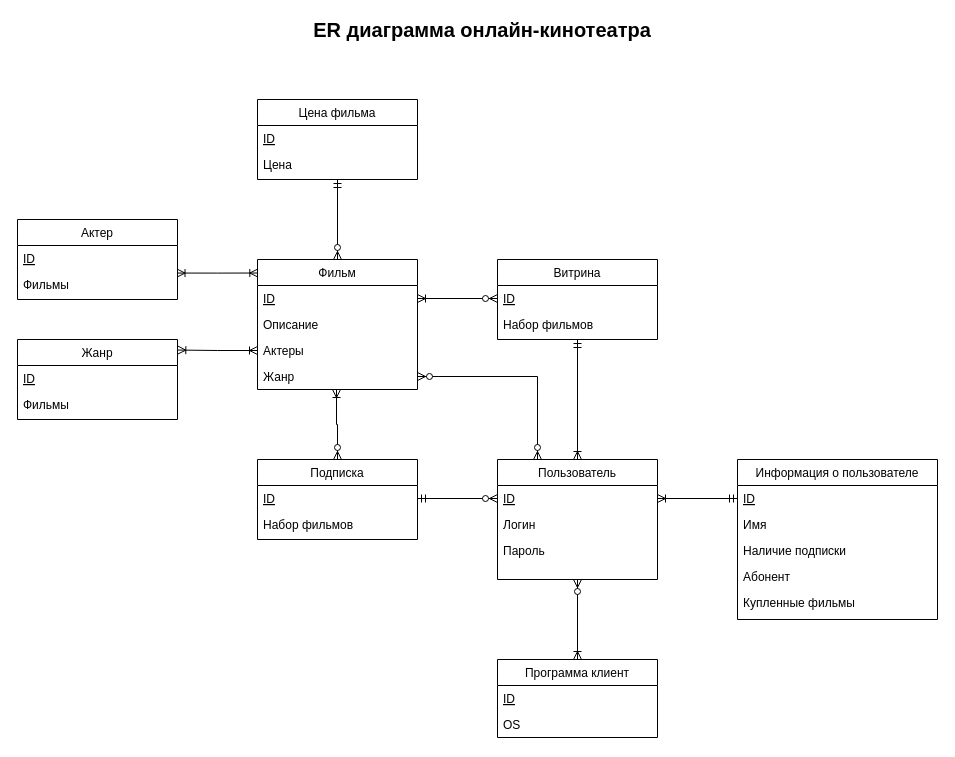
Above: Диаграмма классов онлайн-кинотеатра.drawio in AleksTikhonov/ANSYS_Workbench (draw.io), before the change. Source tidied: cells renumbered, new cells numbered last; positions are measured from the earlier drawing's top-left corner, leaving out a move shared by most shapes. Both pictures are drawn from the tidied source at 100%, with x=0, y=0 at pixel (17, 19).
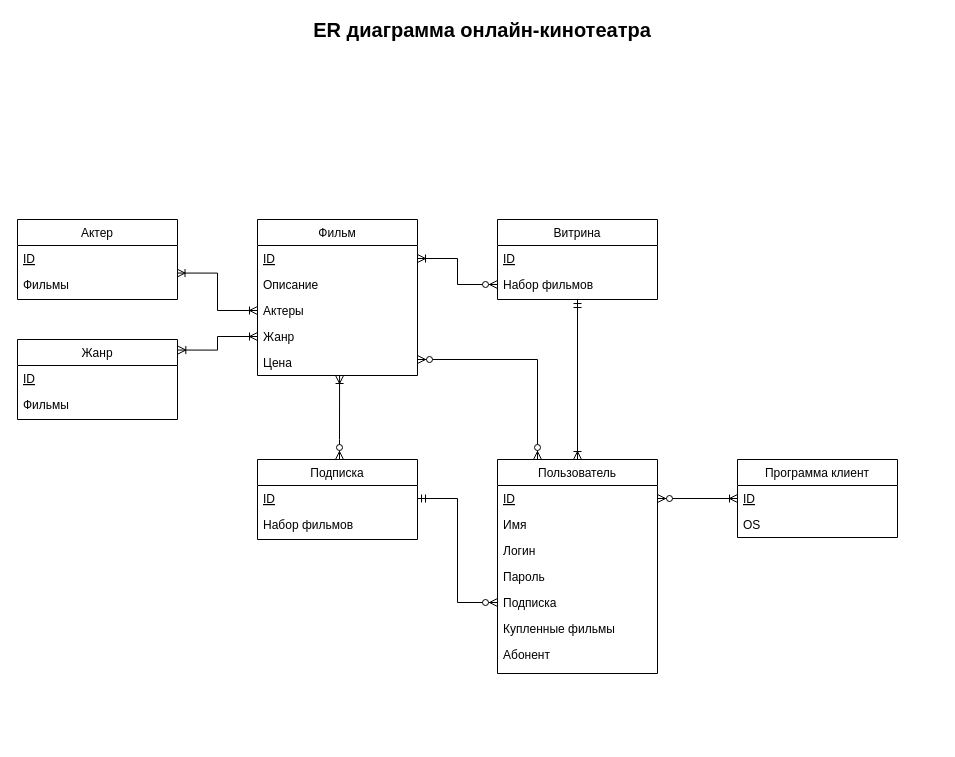
The same diagram, later.

Unchanged cells that the change refers to:
```xml
<mxCell id="5" value="ID" style="text;align=left;verticalAlign=top;spacingLeft=4;spacingRight=4;overflow=hidden;points=[[0,0.5],[1,0.5]];portConstraint=eastwest;fontStyle=4;" parent="4" vertex="1">
  <mxGeometry y="26" width="160" height="26" as="geometry" />
</mxCell>
<mxCell id="9" value="ID" style="text;align=left;verticalAlign=top;spacingLeft=4;spacingRight=4;overflow=hidden;points=[[0,0.5],[1,0.5]];portConstraint=eastwest;fontStyle=4;" parent="8" vertex="1">
  <mxGeometry y="26" width="160" height="26" as="geometry" />
</mxCell>
<mxCell id="11" value="Актеры" style="text;align=left;verticalAlign=top;spacingLeft=4;spacingRight=4;overflow=hidden;points=[[0,0.5],[1,0.5]];portConstraint=eastwest;rounded=0;shadow=0;html=0;" parent="8" vertex="1">
  <mxGeometry y="78" width="160" height="26" as="geometry" />
</mxCell>
<mxCell id="12" value="Жанр" style="text;align=left;verticalAlign=top;spacingLeft=4;spacingRight=4;overflow=hidden;points=[[0,0.5],[1,0.5]];portConstraint=eastwest;rounded=0;shadow=0;html=0;" parent="8" vertex="1">
  <mxGeometry y="104" width="160" height="26" as="geometry" />
</mxCell>
<mxCell id="14" value="ID" style="text;align=left;verticalAlign=top;spacingLeft=4;spacingRight=4;overflow=hidden;points=[[0,0.5],[1,0.5]];portConstraint=eastwest;fontStyle=4;" parent="13" vertex="1">
  <mxGeometry y="26" width="160" height="26" as="geometry" />
</mxCell>
<mxCell id="24" value="Подписка" style="swimlane;fontStyle=0;align=center;verticalAlign=top;horizontal=1;startSize=26;rounded=0;shadow=0;strokeWidth=1;" parent="1" vertex="1">
  <mxGeometry x="240" y="440" width="160" height="80" as="geometry" />
</mxCell>
<mxCell id="25" value="ID" style="text;align=left;verticalAlign=top;spacingLeft=4;spacingRight=4;overflow=hidden;points=[[0,0.5],[1,0.5]];portConstraint=eastwest;fontStyle=4;" parent="24" vertex="1">
  <mxGeometry y="26" width="160" height="26" as="geometry" />
</mxCell>
<mxCell id="31" value="ID" style="text;align=left;verticalAlign=top;spacingLeft=4;spacingRight=4;overflow=hidden;points=[[0,0.5],[1,0.5]];portConstraint=eastwest;fontStyle=4;" parent="30" vertex="1">
  <mxGeometry y="26" width="160" height="26" as="geometry" />
</mxCell>
<mxCell id="32" value="Набор фильмов" style="text;align=left;verticalAlign=top;spacingLeft=4;spacingRight=4;overflow=hidden;points=[[0,0.5],[1,0.5]];portConstraint=eastwest;rounded=0;shadow=0;html=0;" parent="30" vertex="1">
  <mxGeometry y="52" width="160" height="26" as="geometry" />
</mxCell>
<mxCell id="37" value="ID" style="text;align=left;verticalAlign=top;spacingLeft=4;spacingRight=4;overflow=hidden;points=[[0,0.5],[1,0.5]];portConstraint=eastwest;fontStyle=4;" parent="36" vertex="1">
  <mxGeometry y="26" width="160" height="26" as="geometry" />
</mxCell>
<mxCell id="41" value="Жанр" style="swimlane;fontStyle=0;align=center;verticalAlign=top;horizontal=1;startSize=26;rounded=0;shadow=0;strokeWidth=1;" parent="1" vertex="1">
  <mxGeometry y="320" width="160" height="80" as="geometry" />
</mxCell>
```

What changed in the source:
```diff
@@
-    <mxCell id="3" style="edgeStyle=orthogonalEdgeStyle;rounded=0;jettySize=auto;html=1;exitX=0.5;exitY=1;exitDx=0;exitDy=0;entryX=0.5;entryY=0;entryDx=0;entryDy=0;startArrow=ERzeroToMany;startFill=1;endArrow=ERoneToMany;endFill=0;" parent="1" edge="1" source="4" target="13">
+    <mxCell id="3" style="edgeStyle=orthogonalEdgeStyle;rounded=0;jettySize=auto;html=1;exitX=1;exitY=0.5;exitDx=0;exitDy=0;entryX=0;entryY=0.5;entryDx=0;entryDy=0;startArrow=ERzeroToMany;startFill=1;endArrow=ERoneToMany;endFill=0;" parent="1" edge="1" source="5" target="14">
       <mxGeometry relative="1" as="geometry" />
     </mxCell>
     <mxCell id="4" value="Пользователь" style="swimlane;fontStyle=0;align=center;verticalAlign=top;horizontal=1;startSize=26;rounded=0;shadow=0;strokeWidth=1;" parent="1" vertex="1">
-      <mxGeometry x="480" y="440" width="160" height="120" as="geometry" />
+      <mxGeometry x="480" y="440" width="160" height="214" as="geometry" />
     </mxCell>
@@
+    <mxCell id="19" value="Имя" style="text;align=left;verticalAlign=top;spacingLeft=4;spacingRight=4;overflow=hidden;rounded=0;shadow=0;html=0;" parent="4" vertex="1">
+      <mxGeometry y="52" width="160" height="26" as="geometry" />
+    </mxCell>
     <mxCell id="6" value="Логин" style="text;align=left;verticalAlign=top;spacingLeft=4;spacingRight=4;overflow=hidden;rounded=0;shadow=0;html=0;" parent="4" vertex="1">
-      <mxGeometry y="52" width="160" height="26" as="geometry" />
+      <mxGeometry y="78" width="160" height="26" as="geometry" />
     </mxCell>
     <mxCell id="7" value="Пароль" style="text;align=left;verticalAlign=top;spacingLeft=4;spacingRight=4;overflow=hidden;rounded=0;shadow=0;html=0;" parent="4" vertex="1">
-      <mxGeometry y="78" width="160" height="32" as="geometry" />
+      <mxGeometry y="104" width="160" height="26" as="geometry" />
     </mxCell>
+    <mxCell id="20" value="Подписка" style="text;align=left;verticalAlign=top;spacingLeft=4;spacingRight=4;overflow=hidden;points=[[0,0.5],[1,0.5]];portConstraint=eastwest;rounded=0;shadow=0;html=0;" parent="4" vertex="1">
+      <mxGeometry y="130" width="160" height="26" as="geometry" />
+    </mxCell>
+    <mxCell id="22" value="Купленные фильмы" style="text;align=left;verticalAlign=top;spacingLeft=4;spacingRight=4;overflow=hidden;rounded=0;shadow=0;html=0;" parent="4" vertex="1">
+      <mxGeometry y="156" width="160" height="26" as="geometry" />
+    </mxCell>
+    <mxCell id="21" value="Абонент" style="text;align=left;verticalAlign=top;spacingLeft=4;spacingRight=4;overflow=hidden;rounded=0;shadow=0;html=0;" parent="4" vertex="1">
+      <mxGeometry y="182" width="160" height="26" as="geometry" />
+    </mxCell>
     <mxCell id="8" value="Фильм" style="swimlane;fontStyle=0;align=center;verticalAlign=top;horizontal=1;startSize=26;rounded=0;shadow=0;strokeWidth=1;" parent="1" vertex="1">
-      <mxGeometry x="240" y="240" width="160" height="130" as="geometry" />
+      <mxGeometry x="240" y="200" width="160" height="156" as="geometry" />
     </mxCell>
@@
+    <mxCell id="29" value="Цена" style="text;align=left;verticalAlign=top;spacingLeft=4;spacingRight=4;overflow=hidden;points=[[0,0.5],[1,0.5]];portConstraint=eastwest;rounded=0;shadow=0;html=0;" parent="8" vertex="1">
+      <mxGeometry y="130" width="160" height="26" as="geometry" />
+    </mxCell>
     <mxCell id="13" value="Программа клиент" style="swimlane;fontStyle=0;align=center;verticalAlign=top;horizontal=1;startSize=26;rounded=0;shadow=0;strokeWidth=1;" parent="1" vertex="1">
-      <mxGeometry x="480" y="640" width="160" height="78" as="geometry" />
+      <mxGeometry x="720" y="440" width="160" height="78" as="geometry" />
     </mxCell>
@@
-    <mxCell id="16" style="edgeStyle=orthogonalEdgeStyle;rounded=0;jettySize=auto;html=1;entryX=1;entryY=0.5;entryDx=0;entryDy=0;startArrow=ERzeroToMany;startFill=1;endArrow=ERzeroToMany;endFill=1;exitX=0.25;exitY=0;exitDx=0;exitDy=0;" parent="1" edge="1" source="4" target="12">
-      <mxGeometry relative="1" as="geometry" />
+    <mxCell id="16" style="edgeStyle=orthogonalEdgeStyle;rounded=0;jettySize=auto;html=1;startArrow=ERzeroToMany;startFill=1;endArrow=ERzeroToMany;endFill=1;exitX=0.25;exitY=0;exitDx=0;exitDy=0;" parent="1" edge="1" source="4">
+      <mxGeometry relative="1" as="geometry">
+        <mxPoint x="400" y="340" as="targetPoint" />
+        <Array as="points">
+          <mxPoint x="520" y="340" />
+          <mxPoint x="400" y="340" />
+        </Array>
+      </mxGeometry>
     </mxCell>
-    <mxCell id="17" value="Информация о пользователе" style="swimlane;fontStyle=0;align=center;verticalAlign=top;horizontal=1;startSize=26;rounded=0;shadow=0;strokeWidth=1;" parent="1" vertex="1">
-      <mxGeometry x="720" y="440" width="200" height="160" as="geometry" />
-    </mxCell>
-    <mxCell id="18" value="ID" style="text;align=left;verticalAlign=top;spacingLeft=4;spacingRight=4;overflow=hidden;points=[[0,0.5],[1,0.5]];portConstraint=eastwest;fontStyle=4;" parent="17" vertex="1">
-      <mxGeometry y="26" width="200" height="26" as="geometry" />
-    </mxCell>
-    <mxCell id="19" value="Имя" style="text;align=left;verticalAlign=top;spacingLeft=4;spacingRight=4;overflow=hidden;rounded=0;shadow=0;html=0;" parent="17" vertex="1">
-      <mxGeometry y="52" width="200" height="26" as="geometry" />
-    </mxCell>
-    <mxCell id="20" value="Наличие подписки" style="text;align=left;verticalAlign=top;spacingLeft=4;spacingRight=4;overflow=hidden;points=[[0,0.5],[1,0.5]];portConstraint=eastwest;rounded=0;shadow=0;html=0;" parent="17" vertex="1">
-      <mxGeometry y="78" width="200" height="26" as="geometry" />
-    </mxCell>
-    <mxCell id="21" value="Абонент" style="text;align=left;verticalAlign=top;spacingLeft=4;spacingRight=4;overflow=hidden;rounded=0;shadow=0;html=0;" parent="17" vertex="1">
-      <mxGeometry y="104" width="200" height="26" as="geometry" />
-    </mxCell>
-    <mxCell id="22" value="Купленные фильмы" style="text;align=left;verticalAlign=top;spacingLeft=4;spacingRight=4;overflow=hidden;rounded=0;shadow=0;html=0;" parent="17" vertex="1">
-      <mxGeometry y="130" width="200" height="26" as="geometry" />
-    </mxCell>
-    <mxCell id="23" style="edgeStyle=orthogonalEdgeStyle;rounded=0;jettySize=auto;html=1;startArrow=ERzeroToMany;startFill=1;endArrow=ERoneToMany;endFill=0;" parent="1" edge="1" source="24">
+    <mxCell id="23" style="edgeStyle=orthogonalEdgeStyle;rounded=0;jettySize=auto;html=1;startArrow=ERzeroToMany;startFill=1;endArrow=ERoneToMany;endFill=0;entryX=0.513;entryY=1;entryDx=0;entryDy=0;entryPerimeter=0;" parent="1" edge="1" source="24" target="29">
       <mxGeometry relative="1" as="geometry">
-        <mxPoint x="319" y="370" as="targetPoint" />
         <Array as="points">
-          <mxPoint x="320" y="405" />
-          <mxPoint x="319" y="405" />
+          <mxPoint x="322" y="420" />
+          <mxPoint x="322" y="420" />
         </Array>
       </mxGeometry>
     </mxCell>
@@
-    <mxCell id="27" value="Цена фильма" style="swimlane;fontStyle=0;align=center;verticalAlign=top;horizontal=1;startSize=26;rounded=0;shadow=0;strokeWidth=1;" parent="1" vertex="1">
-      <mxGeometry x="240" y="80" width="160" height="80" as="geometry" />
-    </mxCell>
-    <mxCell id="28" value="ID" style="text;align=left;verticalAlign=top;spacingLeft=4;spacingRight=4;overflow=hidden;fontStyle=4;" parent="27" vertex="1">
-      <mxGeometry y="26" width="160" height="26" as="geometry" />
-    </mxCell>
-    <mxCell id="29" value="Цена" style="text;align=left;verticalAlign=top;spacingLeft=4;spacingRight=4;overflow=hidden;points=[[0,0.5],[1,0.5]];portConstraint=eastwest;rounded=0;shadow=0;html=0;" parent="27" vertex="1">
-      <mxGeometry y="52" width="160" height="26" as="geometry" />
-    </mxCell>
     <mxCell id="30" value="Витрина" style="swimlane;fontStyle=0;align=center;verticalAlign=top;horizontal=1;startSize=26;rounded=0;shadow=0;strokeWidth=1;" parent="1" vertex="1">
-      <mxGeometry x="480" y="240" width="160" height="80" as="geometry" />
+      <mxGeometry x="480" y="200" width="160" height="80" as="geometry" />
     </mxCell>
@@
-    <mxCell id="33" style="edgeStyle=orthogonalEdgeStyle;rounded=0;jettySize=auto;html=1;entryX=1;entryY=0.5;entryDx=0;entryDy=0;endArrow=ERmandOne;endFill=0;startArrow=ERzeroToMany;startFill=1;exitX=0;exitY=0.5;exitDx=0;exitDy=0;" parent="1" edge="1" source="5" target="25">
+    <mxCell id="33" style="edgeStyle=orthogonalEdgeStyle;rounded=0;jettySize=auto;html=1;entryX=1;entryY=0.5;entryDx=0;entryDy=0;endArrow=ERmandOne;endFill=0;startArrow=ERzeroToMany;startFill=1;exitX=0;exitY=0.5;exitDx=0;exitDy=0;" parent="1" edge="1" source="20" target="25">
       <mxGeometry relative="1" as="geometry" />
     </mxCell>
-    <mxCell id="34" style="edgeStyle=orthogonalEdgeStyle;rounded=0;jettySize=auto;html=1;exitX=1;exitY=0.5;exitDx=0;exitDy=0;entryX=0;entryY=0.5;entryDx=0;entryDy=0;startArrow=ERoneToMany;startFill=0;endArrow=ERmandOne;endFill=0;" parent="1" edge="1" source="5" target="18">
-      <mxGeometry relative="1" as="geometry" />
-    </mxCell>
-    <mxCell id="35" style="edgeStyle=orthogonalEdgeStyle;rounded=0;jettySize=auto;html=1;exitX=0.5;exitY=0;exitDx=0;exitDy=0;entryX=0.5;entryY=1;entryDx=0;entryDy=0;startArrow=ERzeroToMany;startFill=1;endArrow=ERmandOne;endFill=0;" parent="1" edge="1" source="8" target="27">
-      <mxGeometry relative="1" as="geometry" />
-    </mxCell>
@@
-    <mxCell id="39" style="edgeStyle=orthogonalEdgeStyle;rounded=0;jettySize=auto;html=1;exitX=0.997;exitY=1.06;exitDx=0;exitDy=0;entryX=0.002;entryY=0.104;entryDx=0;entryDy=0;startArrow=ERoneToMany;startFill=0;endArrow=ERoneToMany;endFill=0;entryPerimeter=0;exitPerimeter=0;" parent="1" edge="1" source="37" target="8">
+    <mxCell id="39" style="edgeStyle=orthogonalEdgeStyle;rounded=0;jettySize=auto;html=1;exitX=0.997;exitY=1.06;exitDx=0;exitDy=0;entryX=0;entryY=0.5;entryDx=0;entryDy=0;startArrow=ERoneToMany;startFill=0;endArrow=ERoneToMany;endFill=0;exitPerimeter=0;" parent="1" edge="1" source="37" target="11">
       <mxGeometry relative="1" as="geometry" />
     </mxCell>
-    <mxCell id="40" style="edgeStyle=orthogonalEdgeStyle;rounded=0;jettySize=auto;html=1;exitX=1;exitY=0.5;exitDx=0;exitDy=0;entryX=0;entryY=0.5;entryDx=0;entryDy=0;startArrow=ERoneToMany;startFill=0;endArrow=ERzeroToMany;endFill=1;" parent="1" edge="1" source="9" target="31">
+    <mxCell id="40" style="edgeStyle=orthogonalEdgeStyle;rounded=0;jettySize=auto;html=1;exitX=1;exitY=0.5;exitDx=0;exitDy=0;entryX=0;entryY=0.5;entryDx=0;entryDy=0;startArrow=ERoneToMany;startFill=0;endArrow=ERzeroToMany;endFill=1;" parent="1" edge="1" source="9" target="32">
       <mxGeometry relative="1" as="geometry" />
     </mxCell>
@@
-    <mxCell id="44" style="edgeStyle=orthogonalEdgeStyle;rounded=0;jettySize=auto;html=1;exitX=0;exitY=0.5;exitDx=0;exitDy=0;entryX=1.002;entryY=0.132;entryDx=0;entryDy=0;entryPerimeter=0;startArrow=ERoneToMany;startFill=0;endArrow=ERoneToMany;endFill=0;" parent="1" edge="1" source="11" target="41">
+    <mxCell id="44" style="edgeStyle=orthogonalEdgeStyle;rounded=0;jettySize=auto;html=1;exitX=0;exitY=0.5;exitDx=0;exitDy=0;entryX=1.002;entryY=0.132;entryDx=0;entryDy=0;entryPerimeter=0;startArrow=ERoneToMany;startFill=0;endArrow=ERoneToMany;endFill=0;" parent="1" edge="1" source="12" target="41">
       <mxGeometry relative="1" as="geometry" />
     </mxCell>
```
